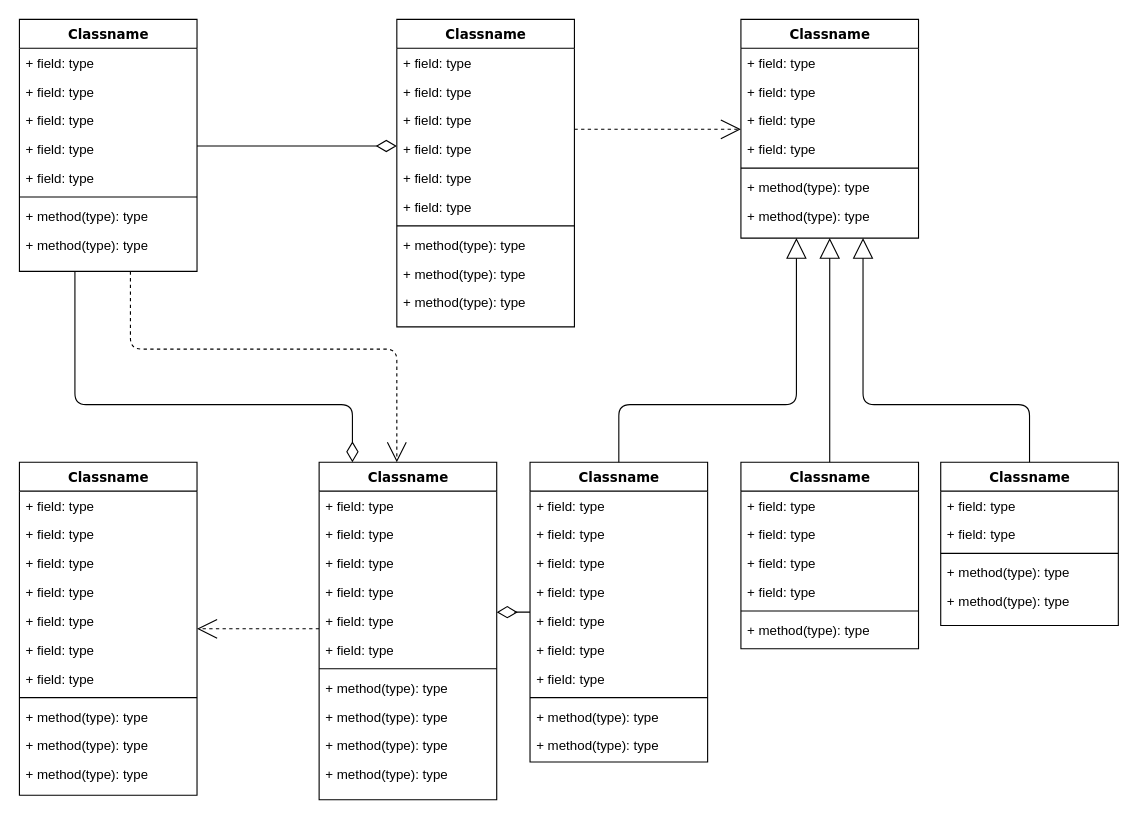
Before: 未命名绘图.drawio in crazywsp/test, a draw.io diagram. Source tidied: cells renumbered, new cells numbered last; positions are measured from the earlier drawing's top-left corner, leaving out a move shared by most shapes. Both pictures are drawn from the tidied source at 111%, with x=0, y=0 at pixel (19, 19).
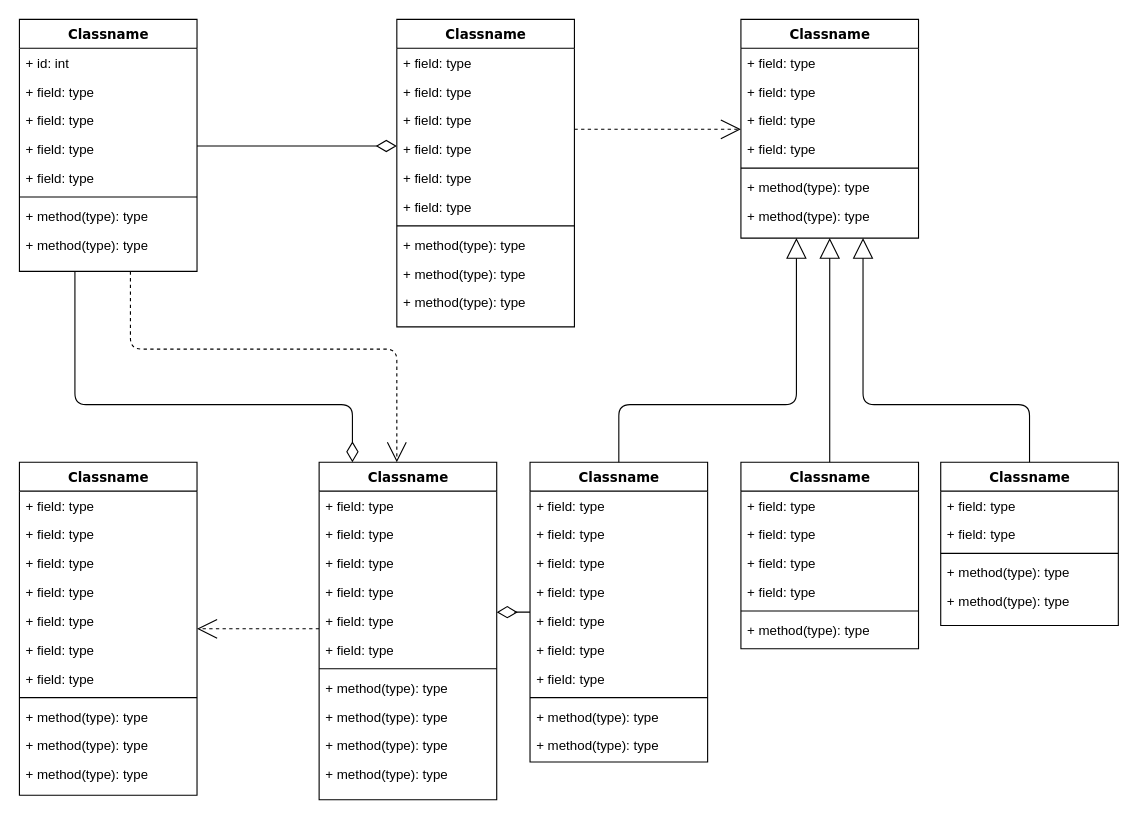
Above is the later version.

Commit message:
更新未命名绘图.drawio

The change refers to these unchanged cells:
```xml
<mxCell id="4" value="Classname" style="swimlane;html=1;fontStyle=1;align=center;verticalAlign=top;horizontal=1;startSize=26;swimlaneFillColor=#ffffff;rounded=0;shadow=0;comic=0;labelBackgroundColor=none;strokeWidth=1;fillColor=none;fontFamily=Verdana;fontSize=12;" parent="1" vertex="1">
  <mxGeometry width="160" height="227" as="geometry" />
</mxCell>
```

The edit, as a diff of the source:
```diff
@@
-    <mxCell id="5" value="+ field: type" style="text;html=1;strokeColor=none;fillColor=none;align=left;verticalAlign=top;spacingLeft=4;spacingRight=4;whiteSpace=wrap;overflow=hidden;" parent="4" vertex="1">
+    <mxCell id="5" value="+ id: int" style="text;html=1;strokeColor=none;fillColor=none;align=left;verticalAlign=top;spacingLeft=4;spacingRight=4;whiteSpace=wrap;overflow=hidden;" parent="4" vertex="1">
       <mxGeometry y="26" width="160" height="26" as="geometry" />
     </mxCell>
```
